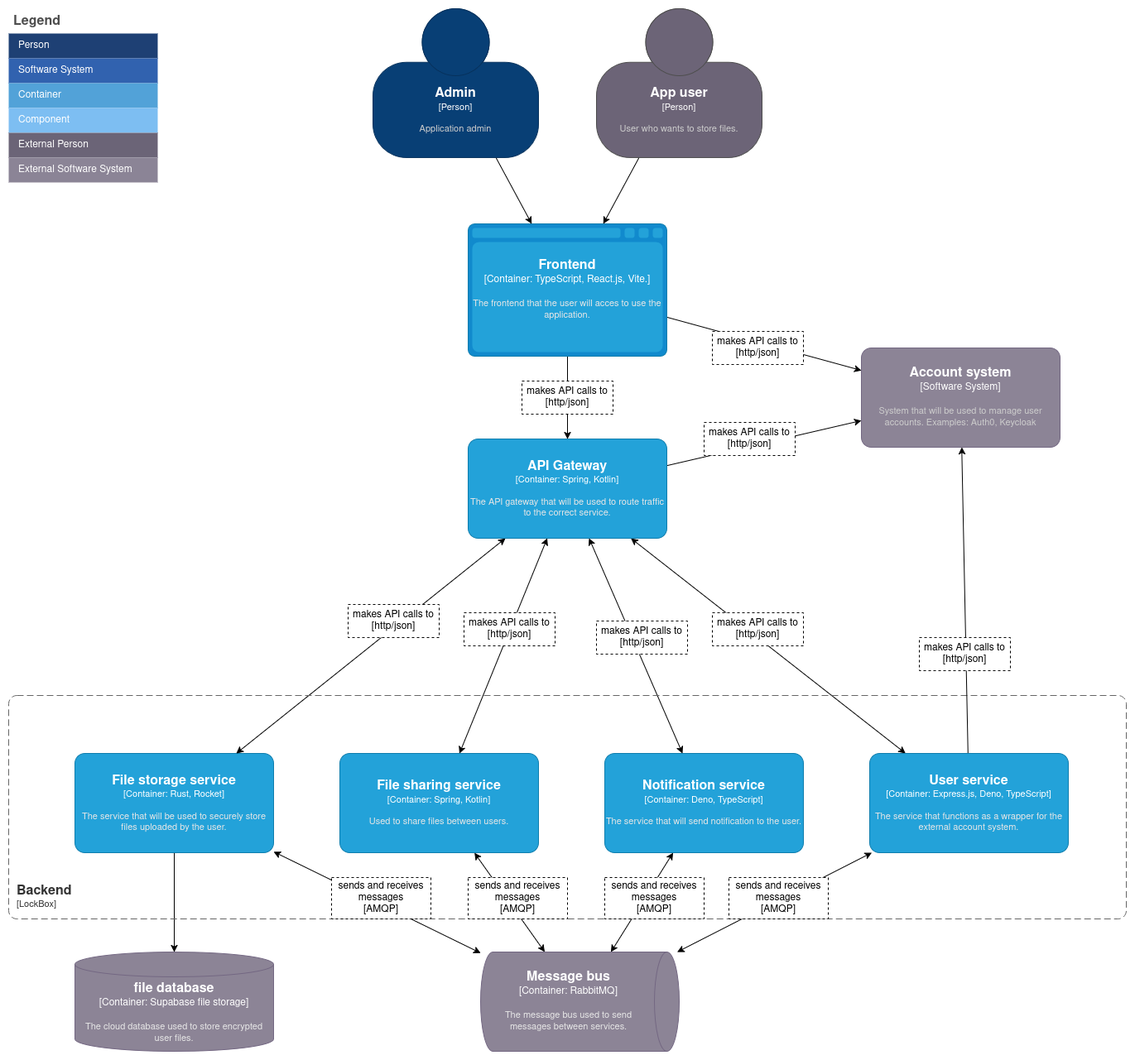
Before: docs/Application-Design/C2-LockBox.png, a diagram exported from draw.io (rikdgd/rikdegoede-s6-docs). Source tidied: cells renumbered, new cells last; positions are measured from the earlier drawing's top-left corner, leaving out a move shared by most shapes.
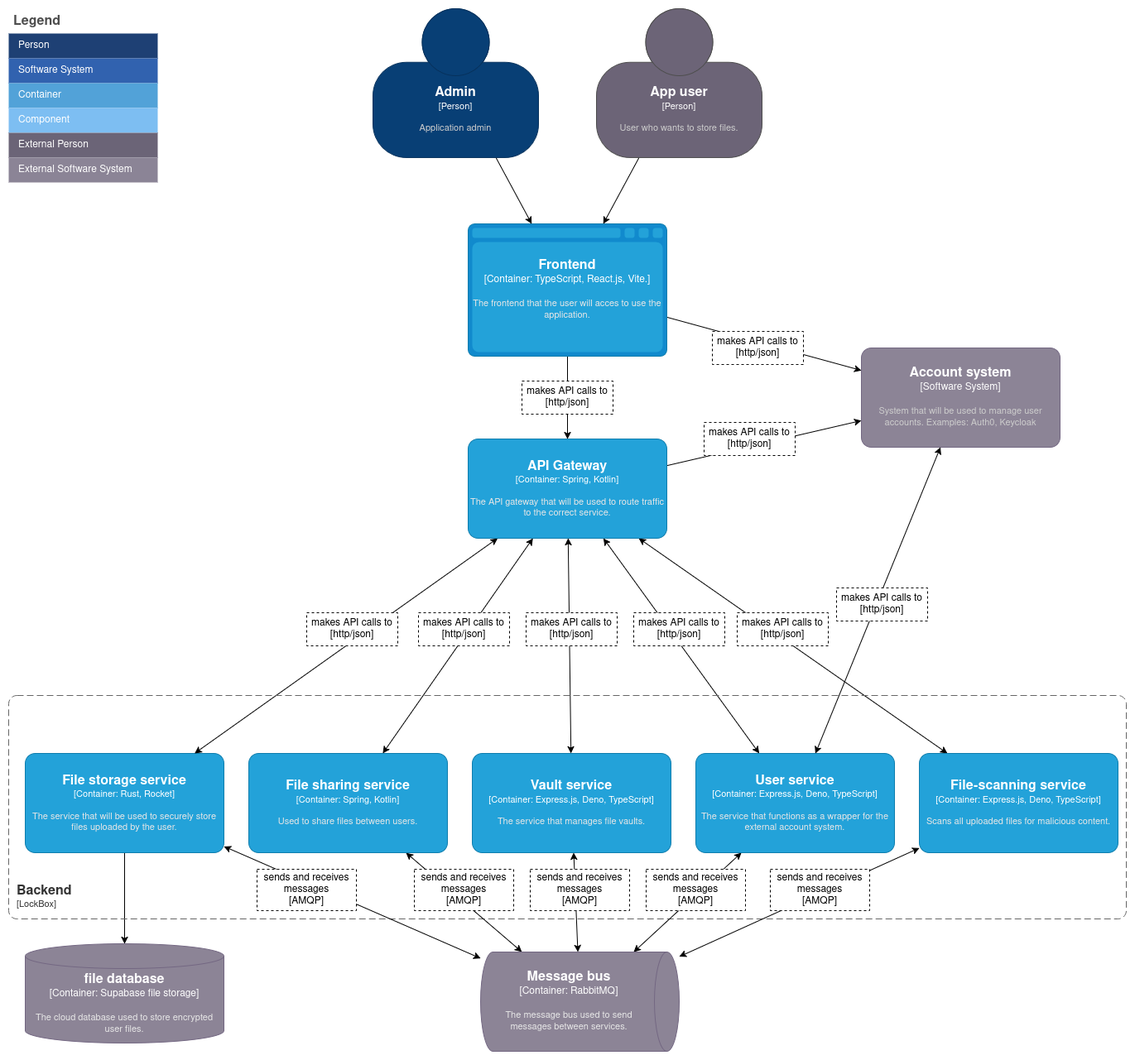
Later version of the same file.

Diff of the diagram source:
```diff
@@ -12,7 +12,7 @@
     </mxCell>
     <object id="4" label="&lt;font style=&quot;font-size: 16px&quot;&gt;&lt;b&gt;%c4Name%&lt;/b&gt;&lt;/font&gt;&lt;div&gt;[%c4Type%: %c4Technology%]&lt;/div&gt;&lt;br&gt;&lt;div&gt;&lt;font style=&quot;font-size: 11px&quot;&gt;&lt;font color=&quot;#E6E6E6&quot;&gt;%c4Description%&lt;/font&gt;&lt;/div&gt;" c4Description="The service that will be used to securely store files uploaded by the user." c4Name="File storage service" c4Technology="Rust, Rocket" c4Type="Container" placeholders="1">
       <mxCell style="rounded=1;whiteSpace=wrap;html=1;fontSize=11;labelBackgroundColor=none;fillColor=#23A2D9;fontColor=#ffffff;align=center;arcSize=10;strokeColor=#0E7DAD;points=[[0.25,0,0],[0.5,0,0],[0.75,0,0],[1,0.25,0],[1,0.5,0],[1,0.75,0],[0.75,1,0],[0.5,1,0],[0.25,1,0],[0,0.75,0],[0,0.5,0],[0,0.25,0]];" parent="1" vertex="1">
-        <mxGeometry x="80" y="900" width="240" height="120" as="geometry" />
+        <mxGeometry x="20" y="900" width="240" height="120" as="geometry" />
       </mxCell>
     </object>
     <mxCell id="5" style="rounded=0;jettySize=auto;html=1;" parent="1" edge="1" source="7" target="2">
@@ -41,6 +41,9 @@
     <mxCell id="12" style="rounded=0;jettySize=auto;html=1;startArrow=classic;startFill=1;" parent="1" edge="1" source="13" target="21">
       <mxGeometry relative="1" as="geometry" />
     </mxCell>
+    <mxCell id="54" style="rounded=0;jettySize=auto;html=1;startArrow=classic;startFill=1;" parent="1" edge="1" source="13" target="56">
+      <mxGeometry relative="1" as="geometry" />
+    </mxCell>
     <object id="13" label="&lt;font style=&quot;font-size: 16px&quot;&gt;&lt;b&gt;%c4Name%&lt;/b&gt;&lt;/font&gt;&lt;div&gt;[%c4Type%: %c4Technology%]&lt;/div&gt;&lt;br&gt;&lt;div&gt;&lt;font style=&quot;font-size: 11px&quot;&gt;&lt;font color=&quot;#E6E6E6&quot;&gt;%c4Description%&lt;/font&gt;&lt;/div&gt;" c4Description="The API gateway that will be used to route traffic to the correct service." c4Name="API Gateway" c4Technology="Spring, Kotlin" c4Type="Container" placeholders="1">
       <mxCell style="rounded=1;whiteSpace=wrap;html=1;fontSize=11;labelBackgroundColor=none;fillColor=#23A2D9;fontColor=#ffffff;align=center;arcSize=10;strokeColor=#0E7DAD;points=[[0.25,0,0],[0.5,0,0],[0.75,0,0],[1,0.25,0],[1,0.5,0],[1,0.75,0],[0.75,1,0],[0.5,1,0],[0.25,1,0],[0,0.75,0],[0,0.5,0],[0,0.25,0]];" parent="1" vertex="1">
         <mxGeometry x="555" y="520" width="240" height="120" as="geometry" />
@@ -68,22 +71,22 @@
         <mxGeometry x="570" y="1140" width="240" height="120" as="geometry" />
       </mxCell>
     </object>
-    <mxCell id="20" style="rounded=0;jettySize=auto;html=1;" parent="1" edge="1" source="21" target="2">
+    <mxCell id="20" style="rounded=0;jettySize=auto;html=1;startArrow=classic;startFill=1;" parent="1" edge="1" source="21" target="2">
       <mxGeometry relative="1" as="geometry" />
     </mxCell>
     <object id="21" label="&lt;font style=&quot;font-size: 16px&quot;&gt;&lt;b&gt;%c4Name%&lt;/b&gt;&lt;/font&gt;&lt;div&gt;[%c4Type%: %c4Technology%]&lt;/div&gt;&lt;br&gt;&lt;div&gt;&lt;font style=&quot;font-size: 11px&quot;&gt;&lt;font color=&quot;#E6E6E6&quot;&gt;%c4Description%&lt;/font&gt;&lt;/div&gt;" c4Description="The service that functions as a wrapper for the external account system." c4Name="User service" c4Technology="Express.js, Deno, TypeScript" c4Type="Container" placeholders="1">
       <mxCell style="rounded=1;whiteSpace=wrap;html=1;fontSize=11;labelBackgroundColor=none;fillColor=#23A2D9;fontColor=#ffffff;align=center;arcSize=10;strokeColor=#0E7DAD;points=[[0.25,0,0],[0.5,0,0],[0.75,0,0],[1,0.25,0],[1,0.5,0],[1,0.75,0],[0.75,1,0],[0.5,1,0],[0.25,1,0],[0,0.75,0],[0,0.5,0],[0,0.25,0]];" parent="1" vertex="1">
-        <mxGeometry x="1040" y="900" width="240" height="120" as="geometry" />
+        <mxGeometry x="830" y="900" width="240" height="120" as="geometry" />
       </mxCell>
     </object>
     <object id="22" label="&lt;font style=&quot;font-size: 16px&quot;&gt;&lt;b&gt;%c4Name%&lt;/b&gt;&lt;/font&gt;&lt;div&gt;[%c4Type%: %c4Technology%]&lt;/div&gt;&lt;br&gt;&lt;div&gt;&lt;font style=&quot;font-size: 11px&quot;&gt;&lt;font color=&quot;#E6E6E6&quot;&gt;%c4Description%&lt;/font&gt;&lt;/div&gt;" c4Description="Used to share files between users." c4Name="File sharing service" c4Technology="Spring, Kotlin" c4Type="Container" placeholders="1">
       <mxCell style="rounded=1;whiteSpace=wrap;html=1;fontSize=11;labelBackgroundColor=none;fillColor=#23A2D9;fontColor=#ffffff;align=center;arcSize=10;strokeColor=#0E7DAD;points=[[0.25,0,0],[0.5,0,0],[0.75,0,0],[1,0.25,0],[1,0.5,0],[1,0.75,0],[0.75,1,0],[0.5,1,0],[0.25,1,0],[0,0.75,0],[0,0.5,0],[0,0.25,0]];" parent="1" vertex="1">
-        <mxGeometry x="400" y="900" width="240" height="120" as="geometry" />
+        <mxGeometry x="290" y="900" width="240" height="120" as="geometry" />
       </mxCell>
     </object>
-    <object id="23" label="&lt;font style=&quot;font-size: 16px&quot;&gt;&lt;b&gt;%c4Name%&lt;/b&gt;&lt;/font&gt;&lt;div&gt;[%c4Type%: %c4Technology%]&lt;/div&gt;&lt;br&gt;&lt;div&gt;&lt;font style=&quot;font-size: 11px&quot;&gt;&lt;font color=&quot;#E6E6E6&quot;&gt;%c4Description%&lt;/font&gt;&lt;/div&gt;" c4Description="The service that will send notification to the user." c4Name="Notification service" c4Technology="Deno, TypeScript" c4Type="Container" placeholders="1">
+    <object id="23" label="&lt;font style=&quot;font-size: 16px&quot;&gt;&lt;b&gt;%c4Name%&lt;/b&gt;&lt;/font&gt;&lt;div&gt;[%c4Type%: %c4Technology%]&lt;/div&gt;&lt;br&gt;&lt;div&gt;&lt;font style=&quot;font-size: 11px&quot;&gt;&lt;font color=&quot;#E6E6E6&quot;&gt;%c4Description%&lt;/font&gt;&lt;/div&gt;" c4Description="The service that manages file vaults." c4Name="Vault service" c4Technology="Express.js, Deno, TypeScript" c4Type="Container" placeholders="1">
       <mxCell style="rounded=1;whiteSpace=wrap;html=1;fontSize=11;labelBackgroundColor=none;fillColor=#23A2D9;fontColor=#ffffff;align=center;arcSize=10;strokeColor=#0E7DAD;points=[[0.25,0,0],[0.5,0,0],[0.75,0,0],[1,0.25,0],[1,0.5,0],[1,0.75,0],[0.75,1,0],[0.5,1,0],[0.25,1,0],[0,0.75,0],[0,0.5,0],[0,0.25,0]];" parent="1" vertex="1">
-        <mxGeometry x="720" y="900" width="240" height="120" as="geometry" />
+        <mxGeometry x="560" y="900" width="240" height="120" as="geometry" />
       </mxCell>
     </object>
     <mxCell id="24" value="makes API calls to&lt;br&gt;[http/json]" style="rounded=0;whiteSpace=wrap;html=1;dashed=1;" parent="1" vertex="1">
@@ -96,19 +99,19 @@
       <mxGeometry x="840" y="500" width="110" height="40" as="geometry" />
     </mxCell>
     <mxCell id="27" value="makes API calls to&lt;br&gt;[http/json]" style="rounded=0;whiteSpace=wrap;html=1;dashed=1;" parent="1" vertex="1">
-      <mxGeometry x="1100" y="760" width="110" height="40" as="geometry" />
+      <mxGeometry x="1000" y="700" width="110" height="40" as="geometry" />
     </mxCell>
     <mxCell id="28" value="sends and receives messages&lt;br&gt;[AMQP]" style="rounded=0;whiteSpace=wrap;html=1;dashed=1;" parent="1" vertex="1">
-      <mxGeometry x="390" y="1050" width="120" height="50" as="geometry" />
+      <mxGeometry x="300" y="1040" width="120" height="50" as="geometry" />
     </mxCell>
     <mxCell id="29" value="sends and receives messages&lt;br&gt;[AMQP]" style="rounded=0;whiteSpace=wrap;html=1;dashed=1;" parent="1" vertex="1">
-      <mxGeometry x="555" y="1050" width="120" height="50" as="geometry" />
+      <mxGeometry x="490" y="1040" width="120" height="50" as="geometry" />
     </mxCell>
     <mxCell id="30" value="sends and receives messages&lt;br&gt;[AMQP]" style="rounded=0;whiteSpace=wrap;html=1;dashed=1;" parent="1" vertex="1">
-      <mxGeometry x="720" y="1050" width="120" height="50" as="geometry" />
+      <mxGeometry x="630" y="1040" width="120" height="50" as="geometry" />
     </mxCell>
     <mxCell id="31" value="sends and receives messages&lt;br&gt;[AMQP]" style="rounded=0;whiteSpace=wrap;html=1;dashed=1;" parent="1" vertex="1">
-      <mxGeometry x="870" y="1050" width="120" height="50" as="geometry" />
+      <mxGeometry x="770" y="1040" width="120" height="50" as="geometry" />
     </mxCell>
     <mxCell id="32" style="rounded=0;jettySize=auto;html=1;" parent="1" edge="1" source="33" target="7">
       <mxGeometry relative="1" as="geometry" />
@@ -128,20 +131,20 @@
     </object>
     <object id="36" label="&lt;font style=&quot;font-size: 16px&quot;&gt;&lt;b&gt;%c4Name%&lt;/b&gt;&lt;/font&gt;&lt;div&gt;[%c4Type%:&amp;nbsp;%c4Technology%]&lt;/div&gt;&lt;br&gt;&lt;div&gt;&lt;font style=&quot;font-size: 11px&quot;&gt;&lt;font color=&quot;#E6E6E6&quot;&gt;%c4Description%&lt;/font&gt;&lt;/div&gt;" c4Description="The cloud database used to store encrypted user files." c4Name="file database" c4Technology="Supabase file storage" c4Type="Container" placeholders="1">
       <mxCell style="shape=cylinder3;size=15;whiteSpace=wrap;html=1;boundedLbl=1;rounded=0;labelBackgroundColor=none;fillColor=#8C8496;fontSize=12;fontColor=#ffffff;align=center;strokeColor=#736782;points=[[0.5,0,0],[1,0.25,0],[1,0.5,0],[1,0.75,0],[0.5,1,0],[0,0.75,0],[0,0.5,0],[0,0.25,0]];" parent="1" vertex="1">
-        <mxGeometry x="80" y="1140" width="240" height="120" as="geometry" />
+        <mxGeometry x="20" y="1130" width="240" height="120" as="geometry" />
       </mxCell>
     </object>
     <mxCell id="37" value="makes API calls to&lt;br&gt;[http/json]" style="rounded=0;whiteSpace=wrap;html=1;dashed=1;" parent="1" vertex="1">
-      <mxGeometry x="850" y="730" width="110" height="40" as="geometry" />
+      <mxGeometry x="755" y="730" width="110" height="40" as="geometry" />
     </mxCell>
     <mxCell id="38" value="makes API calls to&lt;br&gt;[http/json]" style="rounded=0;whiteSpace=wrap;html=1;dashed=1;" parent="1" vertex="1">
-      <mxGeometry x="710" y="740" width="110" height="40" as="geometry" />
+      <mxGeometry x="625" y="730" width="110" height="40" as="geometry" />
     </mxCell>
     <mxCell id="39" value="makes API calls to&lt;br&gt;[http/json]" style="rounded=0;whiteSpace=wrap;html=1;dashed=1;" parent="1" vertex="1">
-      <mxGeometry x="550" y="730" width="110" height="40" as="geometry" />
+      <mxGeometry x="495" y="730" width="110" height="40" as="geometry" />
     </mxCell>
     <mxCell id="40" value="makes API calls to&lt;br&gt;[http/json]" style="rounded=0;whiteSpace=wrap;html=1;dashed=1;" parent="1" vertex="1">
-      <mxGeometry x="410" y="720" width="110" height="40" as="geometry" />
+      <mxGeometry x="360" y="730" width="110" height="40" as="geometry" />
     </mxCell>
     <mxCell id="41" value="Legend" style="shape=table;startSize=30;fontSize=16;align=left;verticalAlign=top;fillColor=none;strokeColor=none;fontColor=#4D4D4D;fontStyle=1;spacingLeft=6;spacing=0;" parent="1" vertex="1">
       <mxGeometry width="180" height="210" as="geometry" />
@@ -182,5 +185,19 @@
     <mxCell id="53" value="External Software System" style="shape=partialRectangle;html=1;whiteSpace=wrap;strokeColor=inherit;overflow=hidden;fillColor=#8b8496;top=0;left=0;bottom=0;right=0;fontSize=12;align=left;fontColor=#FFFFFF;gradientColor=none;spacingLeft=10;spacingRight=4;" parent="52" vertex="1">
       <mxGeometry width="180" height="30" as="geometry" />
     </mxCell>
+    <mxCell id="55" style="rounded=0;jettySize=auto;html=1;startArrow=classic;startFill=1;" parent="1" edge="1" source="56" target="19">
+      <mxGeometry relative="1" as="geometry" />
+    </mxCell>
+    <object id="56" label="&lt;font style=&quot;font-size: 16px&quot;&gt;&lt;b&gt;%c4Name%&lt;/b&gt;&lt;/font&gt;&lt;div&gt;[%c4Type%: %c4Technology%]&lt;/div&gt;&lt;br&gt;&lt;div&gt;&lt;font style=&quot;font-size: 11px&quot;&gt;&lt;font color=&quot;#E6E6E6&quot;&gt;%c4Description%&lt;/font&gt;&lt;/div&gt;" c4Description="Scans all uploaded files for malicious content." c4Name="File-scanning service" c4Technology="Express.js, Deno, TypeScript" c4Type="Container" placeholders="1">
+      <mxCell style="rounded=1;whiteSpace=wrap;html=1;fontSize=11;labelBackgroundColor=none;fillColor=#23A2D9;fontColor=#ffffff;align=center;arcSize=10;strokeColor=#0E7DAD;points=[[0.25,0,0],[0.5,0,0],[0.75,0,0],[1,0.25,0],[1,0.5,0],[1,0.75,0],[0.75,1,0],[0.5,1,0],[0.25,1,0],[0,0.75,0],[0,0.5,0],[0,0.25,0]];" parent="1" vertex="1">
+        <mxGeometry x="1100" y="900" width="240" height="120" as="geometry" />
+      </mxCell>
+    </object>
+    <mxCell id="57" value="sends and receives messages&lt;br&gt;[AMQP]" style="rounded=0;whiteSpace=wrap;html=1;dashed=1;" parent="1" vertex="1">
+      <mxGeometry x="920" y="1040" width="120" height="50" as="geometry" />
+    </mxCell>
+    <mxCell id="58" value="makes API calls to&lt;br&gt;[http/json]" style="rounded=0;whiteSpace=wrap;html=1;dashed=1;" parent="1" vertex="1">
+      <mxGeometry x="880" y="730" width="110" height="40" as="geometry" />
+    </mxCell>
   </root>
 </mxGraphModel>
```
